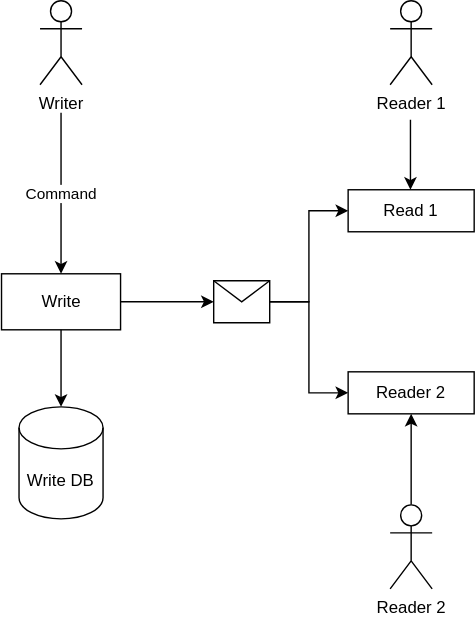
Earlier version of the draw.io export src/docs/asciidoc/images/basics.svg (gorzala/cqrs-talk). Source tidied: cells renumbered, new cells last; positions are measured from the earlier drawing's top-left corner, leaving out a move shared by most shapes. Source of this version:
```xml
<mxGraphModel>
  <root>
    <mxCell id="0" />
    <mxCell id="1" parent="0" />
    <mxCell id="2" value="&lt;div&gt;Writer&lt;/div&gt;" style="shape=umlActor;verticalLabelPosition=bottom;verticalAlign=top;html=1;" parent="1" vertex="1">
      <mxGeometry x="28" width="30" height="60" as="geometry" />
    </mxCell>
    <mxCell id="3" value="Reader 1" style="shape=umlActor;verticalLabelPosition=bottom;verticalAlign=top;html=1;" parent="1" vertex="1">
      <mxGeometry x="278" width="30" height="60" as="geometry" />
    </mxCell>
    <mxCell id="4" value="Write" style="rounded=0;whiteSpace=wrap;html=1;" parent="1" vertex="1">
      <mxGeometry x="0.5" y="195" width="85" height="40" as="geometry" />
    </mxCell>
    <mxCell id="5" value="Read 1" style="rounded=0;whiteSpace=wrap;html=1;" parent="1" vertex="1">
      <mxGeometry x="248" y="135" width="90" height="30" as="geometry" />
    </mxCell>
    <mxCell id="6" value="Command" style="endArrow=classic;html=1;entryX=0.5;entryY=0;entryDx=0;entryDy=0;" parent="1" edge="1" target="4">
      <mxGeometry relative="1" as="geometry">
        <mxPoint x="43" y="80" as="sourcePoint" />
      </mxGeometry>
    </mxCell>
    <mxCell id="7" style="endArrow=classic;html=1;entryX=0.5;entryY=0;entryDx=0;entryDy=0;" parent="1" edge="1">
      <mxGeometry relative="1" as="geometry">
        <mxPoint x="292.5" y="85" as="sourcePoint" />
        <mxPoint x="292.5" y="135" as="targetPoint" />
      </mxGeometry>
    </mxCell>
    <mxCell id="8" value="Write DB" style="shape=cylinder3;whiteSpace=wrap;html=1;boundedLbl=1;backgroundOutline=1;size=15;" parent="1" vertex="1">
      <mxGeometry x="13" y="290" width="60" height="80" as="geometry" />
    </mxCell>
    <mxCell id="9" style="endArrow=classic;html=1;exitX=0.5;exitY=1;exitDx=0;exitDy=0;" parent="1" edge="1" source="4" target="8">
      <mxGeometry relative="1" as="geometry" />
    </mxCell>
    <mxCell id="10" style="endArrow=classic;html=1;exitX=1;exitY=0.5;exitDx=0;exitDy=0;" parent="1" edge="1" source="4" target="13">
      <mxGeometry relative="1" as="geometry" />
    </mxCell>
    <mxCell id="11" style="edgeStyle=orthogonalEdgeStyle;rounded=0;jettySize=auto;html=1;entryX=0;entryY=0.5;entryDx=0;entryDy=0;" parent="1" edge="1" source="13" target="5">
      <mxGeometry relative="1" as="geometry" />
    </mxCell>
    <mxCell id="12" style="edgeStyle=orthogonalEdgeStyle;rounded=0;jettySize=auto;html=1;entryX=0;entryY=0.5;entryDx=0;entryDy=0;" parent="1" edge="1" source="13" target="16">
      <mxGeometry relative="1" as="geometry" />
    </mxCell>
    <mxCell id="13" style="shape=message;whiteSpace=wrap;html=1;outlineConnect=0;" parent="1" vertex="1">
      <mxGeometry x="152" y="200" width="40" height="30" as="geometry" />
    </mxCell>
    <mxCell id="14" style="edgeStyle=orthogonalEdgeStyle;rounded=0;jettySize=auto;html=1;" parent="1" edge="1" source="15" target="16">
      <mxGeometry relative="1" as="geometry" />
    </mxCell>
    <mxCell id="15" value="Reader 2" style="shape=umlActor;verticalLabelPosition=bottom;verticalAlign=top;html=1;outlineConnect=0;" parent="1" vertex="1">
      <mxGeometry x="278" y="360" width="30" height="60" as="geometry" />
    </mxCell>
    <mxCell id="16" value="Reader 2" style="rounded=0;whiteSpace=wrap;html=1;" parent="1" vertex="1">
      <mxGeometry x="248" y="265" width="90" height="30" as="geometry" />
    </mxCell>
  </root>
</mxGraphModel>
```
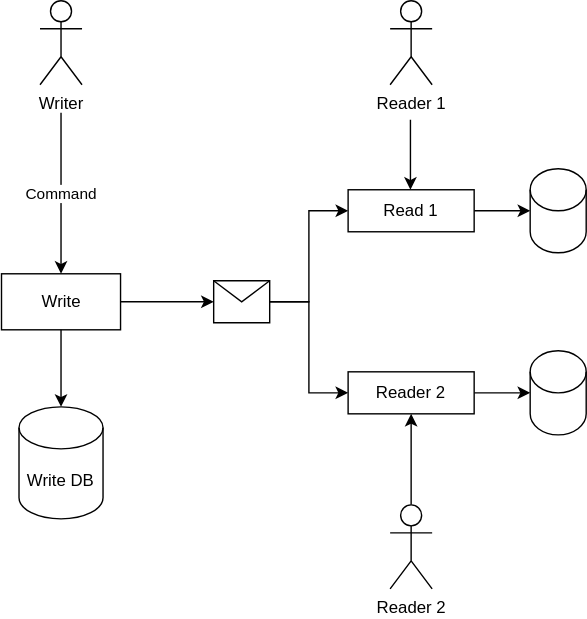
The same diagram one commit later.

Change to the diagram source:
```diff
@@ -11,6 +11,9 @@
     <mxCell id="4" value="Write" style="rounded=0;whiteSpace=wrap;html=1;" parent="1" vertex="1">
       <mxGeometry x="0.5" y="195" width="85" height="40" as="geometry" />
     </mxCell>
+    <mxCell id="17" style="edgeStyle=orthogonalEdgeStyle;rounded=0;jettySize=auto;html=1;entryX=0;entryY=0.5;entryDx=0;entryDy=0;entryPerimeter=0;" parent="1" edge="1" source="5" target="19">
+      <mxGeometry relative="1" as="geometry" />
+    </mxCell>
     <mxCell id="5" value="Read 1" style="rounded=0;whiteSpace=wrap;html=1;" parent="1" vertex="1">
       <mxGeometry x="248" y="135" width="90" height="30" as="geometry" />
     </mxCell>
@@ -49,8 +52,17 @@
     <mxCell id="15" value="Reader 2" style="shape=umlActor;verticalLabelPosition=bottom;verticalAlign=top;html=1;outlineConnect=0;" parent="1" vertex="1">
       <mxGeometry x="278" y="360" width="30" height="60" as="geometry" />
     </mxCell>
+    <mxCell id="18" style="edgeStyle=orthogonalEdgeStyle;rounded=0;jettySize=auto;html=1;entryX=0;entryY=0.5;entryDx=0;entryDy=0;entryPerimeter=0;" parent="1" edge="1" source="16" target="20">
+      <mxGeometry relative="1" as="geometry" />
+    </mxCell>
     <mxCell id="16" value="Reader 2" style="rounded=0;whiteSpace=wrap;html=1;" parent="1" vertex="1">
       <mxGeometry x="248" y="265" width="90" height="30" as="geometry" />
     </mxCell>
+    <mxCell id="19" style="shape=cylinder3;whiteSpace=wrap;html=1;boundedLbl=1;backgroundOutline=1;size=15;" parent="1" vertex="1">
+      <mxGeometry x="378" y="120" width="40" height="60" as="geometry" />
+    </mxCell>
+    <mxCell id="20" style="shape=cylinder3;whiteSpace=wrap;html=1;boundedLbl=1;backgroundOutline=1;size=15;" parent="1" vertex="1">
+      <mxGeometry x="378" y="250" width="40" height="60" as="geometry" />
+    </mxCell>
   </root>
 </mxGraphModel>
```
